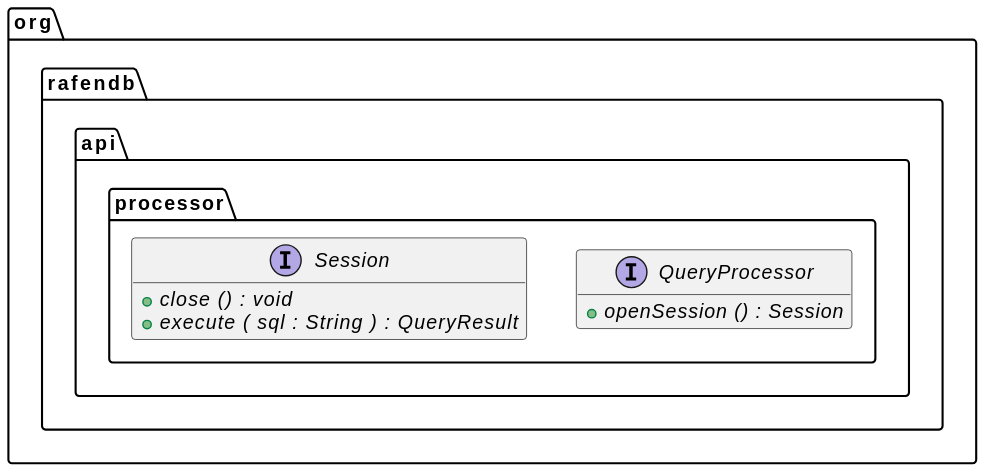
This is docs/generated/api/api-processor.svg from m-akma1/rafendb, a PlantUML export, as it was before one commit. Its source is kept beside it as docs/generated/api/api-processor.puml. The source it was exported from:
```plantuml
@startuml

set namespaceSeparator .
hide empty members
skinparam linetype ortho


interface org.rafendb.api.processor.QueryProcessor {
	{method}  {abstract} +openSession () : Session
}


interface org.rafendb.api.processor.Session {
	{method}  {abstract} +close () : void
	{method}  {abstract} +execute ( sql : String ) : QueryResult
}






@enduml
```
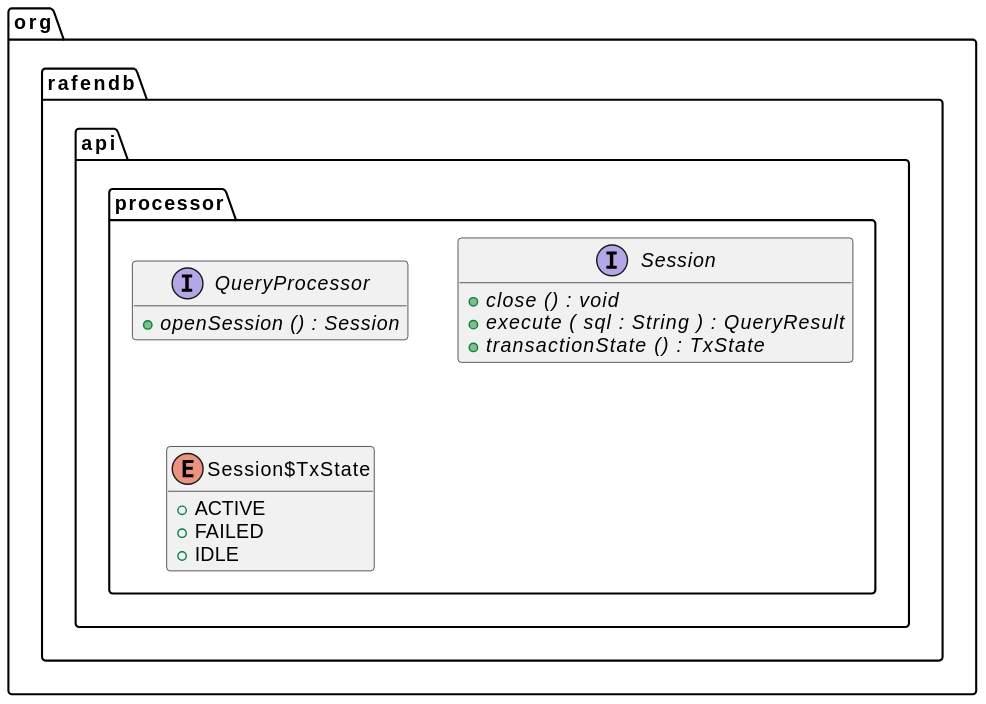
After the change.

The edit, as a diff of the source:
```diff
@@ -13,6 +13,14 @@
 interface org.rafendb.api.processor.Session {
 	{method}  {abstract} +close () : void
 	{method}  {abstract} +execute ( sql : String ) : QueryResult
+	{method}  {abstract} +transactionState () : TxState
+}
+
+
+enum org.rafendb.api.processor.Session$TxState {
+	{field} +ACTIVE
+	{field} +FAILED
+	{field} +IDLE
 }
 
 
```
